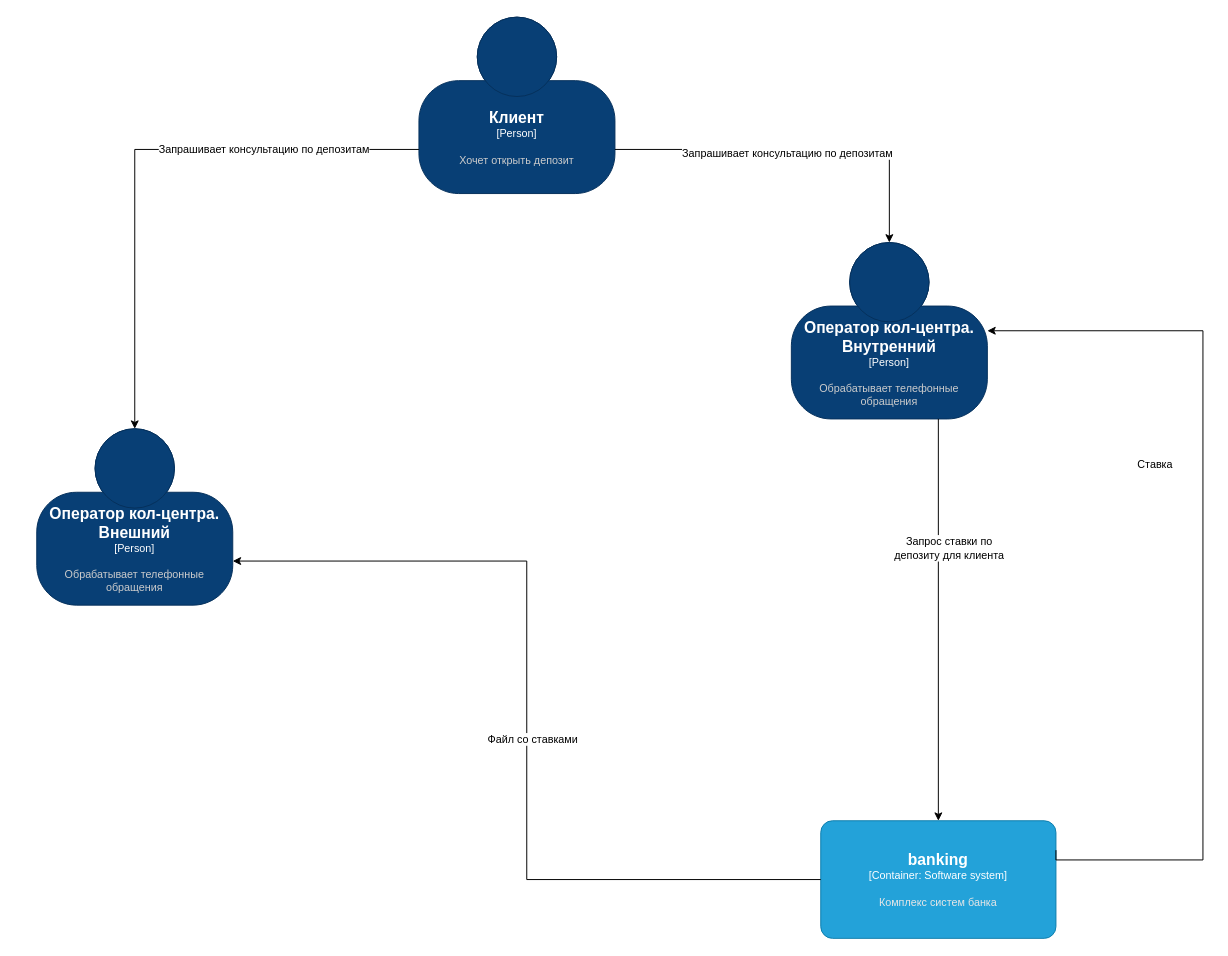
Before: page "context" (1 of 2) of Task4/c4.drawio in OVsevo1od/architecture-standart, a draw.io diagram. Source tidied: cells renumbered, new cells numbered last; positions are measured from the earlier drawing's top-left corner, leaving out a move shared by most shapes. Both pictures are drawn from the tidied source at 98%, with x=0, y=0 at pixel (36, 17).
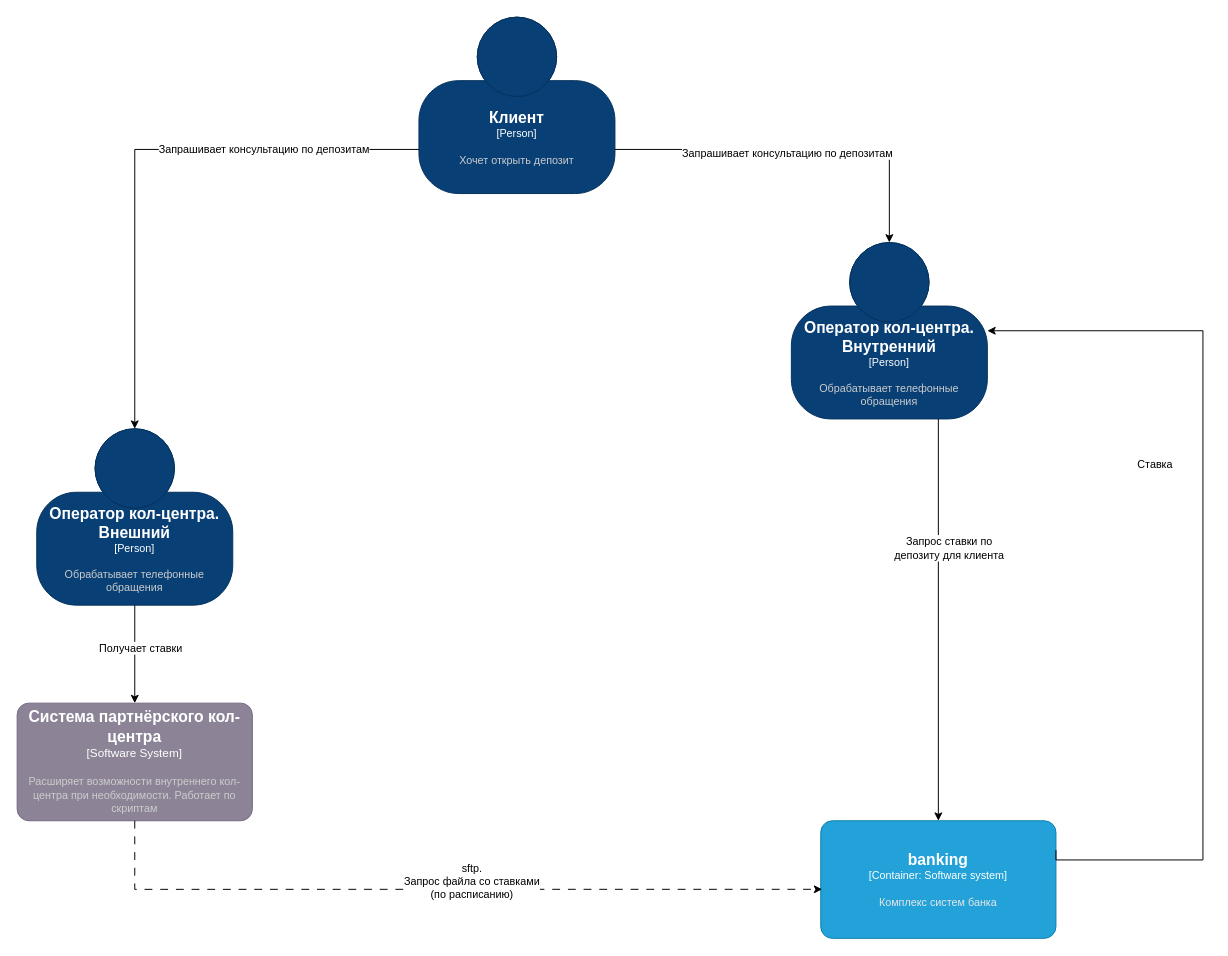
The same page after the edit.

Commit message:
task4. add sftp to c4 context

The change refers to these unchanged cells:
```xml
<object id="4" label="&lt;font style=&quot;font-size: 16px&quot;&gt;&lt;b&gt;%c4Name%&lt;/b&gt;&lt;/font&gt;&lt;div&gt;[%c4Type%: %c4Technology%]&lt;/div&gt;&lt;br&gt;&lt;div&gt;&lt;font style=&quot;font-size: 11px&quot;&gt;&lt;font color=&quot;#E6E6E6&quot;&gt;%c4Description%&lt;/font&gt;&lt;/div&gt;" c4Description="Комплекс систем банка" c4Name="banking" c4Technology="Software system" c4Type="Container" placeholders="1">
  <mxCell style="rounded=1;whiteSpace=wrap;html=1;fontSize=11;labelBackgroundColor=none;fillColor=#23A2D9;fontColor=#ffffff;align=center;arcSize=10;strokeColor=#0E7DAD;points=[[0.25,0,0],[0.5,0,0],[0.75,0,0],[1,0.25,0],[1,0.5,0],[1,0.75,0],[0.75,1,0],[0.5,1,0],[0.25,1,0],[0,0.75,0],[0,0.5,0],[0,0.25,0]];" parent="1" vertex="1">
    <mxGeometry x="800" y="820" width="240" height="120" as="geometry" />
  </mxCell>
</object>
<object id="11" label="&lt;font style=&quot;font-size: 16px&quot;&gt;&lt;b&gt;%c4Name%&lt;/b&gt;&lt;/font&gt;&lt;div&gt;[%c4Type%]&lt;/div&gt;&lt;br&gt;&lt;div&gt;&lt;font style=&quot;font-size: 11px&quot;&gt;&lt;font color=&quot;#cccccc&quot;&gt;%c4Description%&lt;/font&gt;&lt;/div&gt;" c4Description="Обрабатывает телефонные обращения" c4Name="Оператор кол-центра. Внешний" c4Type="Person" placeholders="1">
  <mxCell style="html=1;fontSize=11;dashed=0;whiteSpace=wrap;fillColor=#083F75;strokeColor=#06315C;fontColor=#ffffff;shape=mxgraph.c4.person2;align=center;points=[[0.5,0,0],[1,0.5,0],[1,0.75,0],[0.75,1,0],[0.5,1,0],[0.25,1,0],[0,0.75,0],[0,0.5,0]];" parent="1" vertex="1">
    <mxGeometry y="420" width="200" height="180" as="geometry" />
  </mxCell>
</object>
```

What changed in the source:
```diff
@@
-    <mxCell id="14" style="edgeStyle=orthogonalEdgeStyle;rounded=0;jettySize=auto;html=1;exitX=0;exitY=0.5;exitDx=0;exitDy=0;exitPerimeter=0;entryX=1;entryY=0.75;entryDx=0;entryDy=0;entryPerimeter=0;" parent="1" edge="1" source="4" target="11">
-      <mxGeometry relative="1" as="geometry" />
-    </mxCell>
-    <mxCell id="15" value="Файл со ставками" style="edgeLabel;html=1;align=center;verticalAlign=middle;" parent="14" vertex="1">
-      <mxGeometry x="-0.04" y="-5" relative="1" as="geometry" />
-    </mxCell>
+    <object id="16" label="&lt;font style=&quot;font-size: 16px&quot;&gt;&lt;b&gt;%c4Name%&lt;/b&gt;&lt;/font&gt;&lt;div&gt;[%c4Type%]&lt;/div&gt;&lt;br&gt;&lt;div&gt;&lt;font style=&quot;font-size: 11px&quot;&gt;&lt;font color=&quot;#cccccc&quot;&gt;%c4Description%&lt;/font&gt;&lt;/div&gt;" c4Description="Расширяет возможности внутреннего кол-центра при необходимости. Работает по скриптам" c4Name="Система партнёрского кол-центра" c4Type="Software System" placeholders="1">
+      <mxCell style="rounded=1;whiteSpace=wrap;html=1;labelBackgroundColor=none;fillColor=#8C8496;fontColor=#ffffff;align=center;arcSize=10;strokeColor=#736782;points=[[0.25,0,0],[0.5,0,0],[0.75,0,0],[1,0.25,0],[1,0.5,0],[1,0.75,0],[0.75,1,0],[0.5,1,0],[0.25,1,0],[0,0.75,0],[0,0.5,0],[0,0.25,0]];" parent="1" vertex="1">
+        <mxGeometry x="-20" y="700" width="240" height="120" as="geometry" />
+      </mxCell>
+    </object>
+    <mxCell id="17" style="edgeStyle=orthogonalEdgeStyle;rounded=0;jettySize=auto;html=1;exitX=0.5;exitY=1;exitDx=0;exitDy=0;exitPerimeter=0;entryX=0.5;entryY=0;entryDx=0;entryDy=0;entryPerimeter=0;" parent="1" edge="1" source="11" target="16">
+      <mxGeometry relative="1" as="geometry" />
+    </mxCell>
+    <mxCell id="18" value="Получает ставки" style="edgeLabel;html=1;align=center;verticalAlign=middle;" parent="17" vertex="1">
+      <mxGeometry x="-0.12" y="5" relative="1" as="geometry">
+        <mxPoint y="-1" as="offset" />
+      </mxGeometry>
+    </mxCell>
+    <mxCell id="19" style="edgeStyle=orthogonalEdgeStyle;rounded=0;jettySize=auto;html=1;entryX=0.006;entryY=0.583;entryDx=0;entryDy=0;entryPerimeter=0;dashed=1;dashPattern=8 8;exitX=0.5;exitY=1;exitDx=0;exitDy=0;exitPerimeter=0;" parent="1" edge="1" source="16" target="4">
+      <mxGeometry relative="1" as="geometry" />
+    </mxCell>
+    <mxCell id="20" value="sftp.&lt;br&gt;Запрос файла со ставками&lt;br&gt;(по расписанию)" style="edgeLabel;html=1;align=center;verticalAlign=middle;" parent="19" vertex="1">
+      <mxGeometry x="-0.01" y="4" relative="1" as="geometry">
+        <mxPoint x="32" y="-4" as="offset" />
+      </mxGeometry>
+    </mxCell>
```
